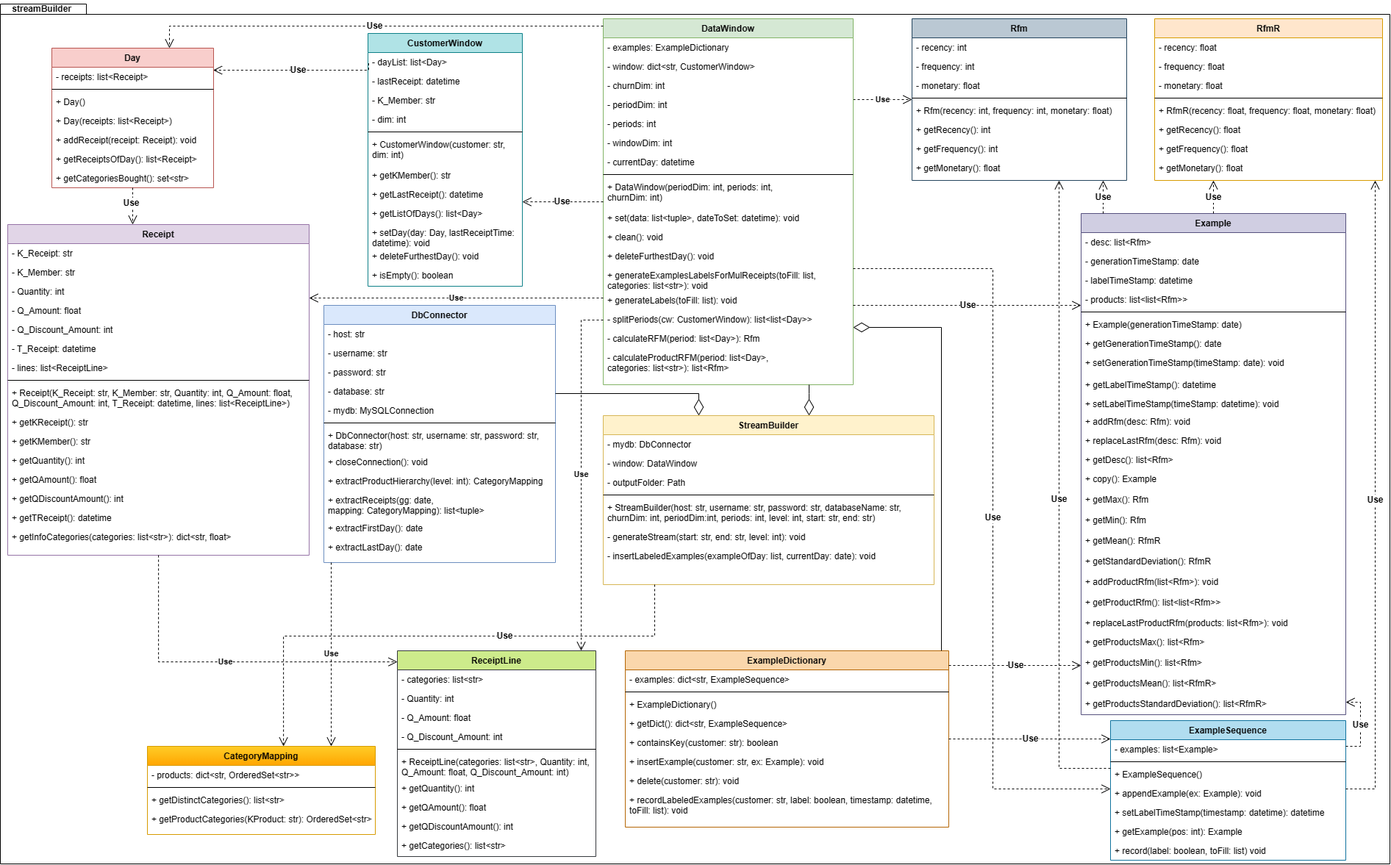
Tonio635/rfm_stream_builder-2.0 keeps this draw.io diagram as resources/Diagrams/new streamBuilder Class Diagram.png. Above is the earlier version. Source tidied: cells renumbered, new cells last; positions are measured from the earlier drawing's top-left corner, leaving out a move shared by most shapes.
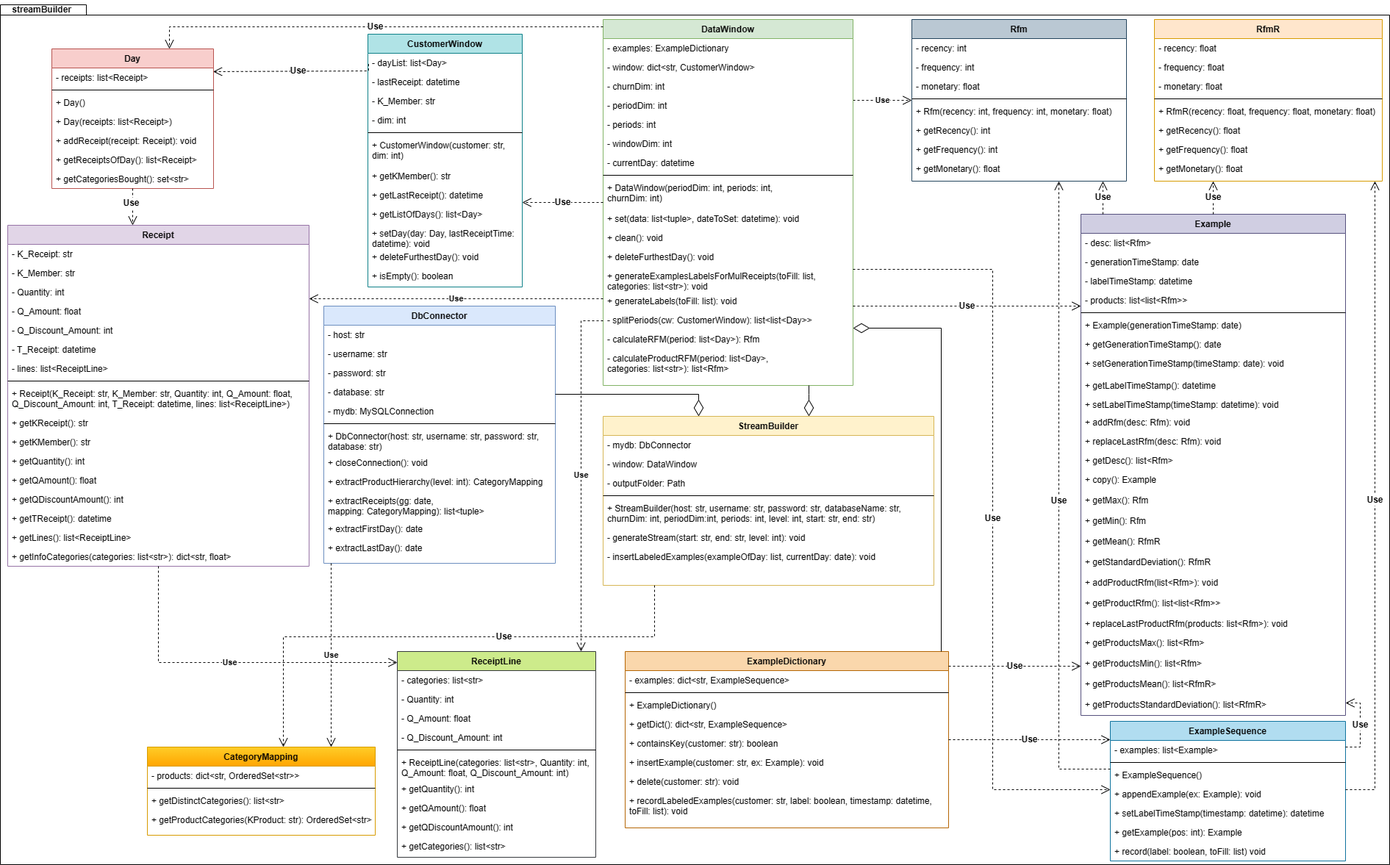
After the commit.

What changed in the source:
```diff
@@ -108,7 +108,7 @@
       <mxGeometry y="164" width="220" height="26" as="geometry" />
     </mxCell>
     <mxCell id="37" value="Receipt" style="swimlane;fontStyle=1;align=center;verticalAlign=top;horizontal=1;startSize=26;rounded=0;shadow=0;strokeWidth=1;fillColor=#e1d5e7;strokeColor=#9673a6;" parent="1" vertex="1">
-      <mxGeometry x="10" y="300" width="410" height="450" as="geometry" />
+      <mxGeometry x="10" y="300" width="410" height="464" as="geometry" />
     </mxCell>
     <mxCell id="38" value="- K_Receipt: str" style="text;align=left;verticalAlign=top;spacingLeft=4;spacingRight=4;overflow=hidden;" parent="37" vertex="1">
       <mxGeometry y="26" width="410" height="26" as="geometry" />
@@ -155,8 +155,11 @@
     <mxCell id="52" value="+ getTReceipt(): datetime" style="text;align=left;verticalAlign=top;spacingLeft=4;spacingRight=4;overflow=hidden;" parent="37" vertex="1">
       <mxGeometry y="386" width="410" height="26" as="geometry" />
     </mxCell>
+    <mxCell id="182" value="+ getLines(): list&lt;ReceiptLine&gt;" style="text;align=left;verticalAlign=top;spacingLeft=4;spacingRight=4;overflow=hidden;" parent="37" vertex="1">
+      <mxGeometry y="412" width="410" height="26" as="geometry" />
+    </mxCell>
     <mxCell id="53" value="+ getInfoCategories(categories: list&lt;str&gt;): dict&lt;str, float&gt;" style="text;align=left;verticalAlign=top;spacingLeft=4;spacingRight=4;overflow=hidden;" parent="37" vertex="1">
-      <mxGeometry y="412" width="410" height="26" as="geometry" />
+      <mxGeometry y="438" width="410" height="26" as="geometry" />
     </mxCell>
     <mxCell id="54" value="Rfm" style="swimlane;fontStyle=1;align=center;verticalAlign=top;horizontal=1;startSize=26;rounded=0;shadow=0;strokeWidth=1;fillColor=#bac8d3;strokeColor=#23445d;" parent="1" vertex="1">
       <mxGeometry x="1240" y="20" width="292" height="220" as="geometry" />
```
